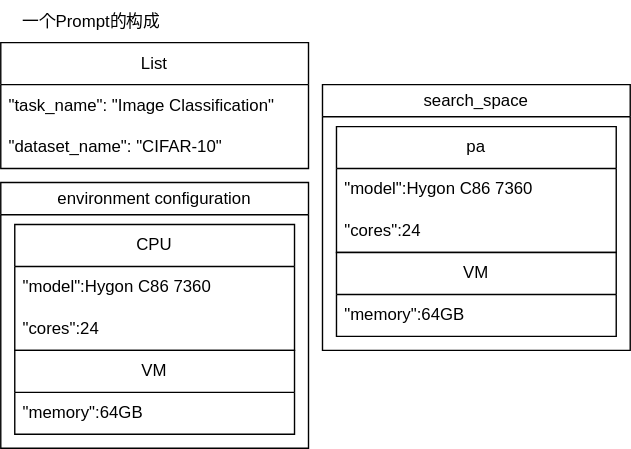
Dong-J93/_pictures keeps this draw.io diagram as Prompt.svg. Above is the earlier version. Source tidied: cells renumbered, new cells last; positions are measured from the earlier drawing's top-left corner, leaving out a move shared by most shapes.
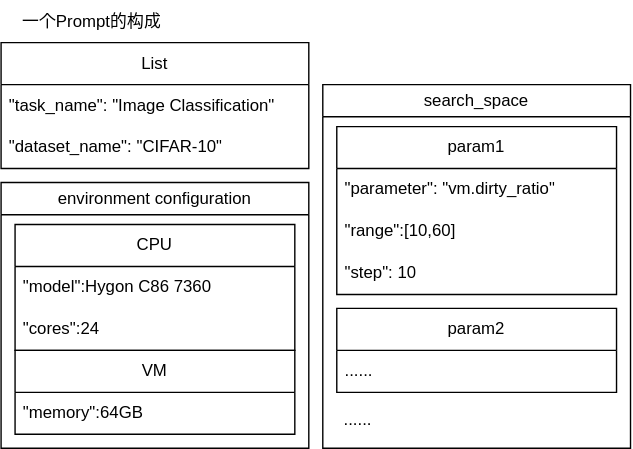
Above is the later version.

Change to the diagram source:
```diff
@@ -30,23 +30,29 @@
       <mxGeometry y="30" width="200" height="30" as="geometry" />
     </mxCell>
     <mxCell id="11" value="&lt;span style=&quot;font-weight: normal;&quot;&gt;search_space&lt;/span&gt;" style="swimlane;whiteSpace=wrap;html=1;startSize=23;" parent="1" vertex="1">
-      <mxGeometry x="230" y="60" width="220" height="190" as="geometry" />
+      <mxGeometry x="230" y="60" width="220" height="260" as="geometry" />
     </mxCell>
-    <mxCell id="12" value="pa" style="swimlane;fontStyle=0;horizontal=1;startSize=30;whiteSpace=wrap;html=1;" parent="11" vertex="1">
-      <mxGeometry x="10" y="30" width="200" height="90" as="geometry" />
+    <mxCell id="12" value="param1" style="swimlane;fontStyle=0;horizontal=1;startSize=30;whiteSpace=wrap;html=1;" parent="11" vertex="1">
+      <mxGeometry x="10" y="30" width="200" height="120" as="geometry" />
     </mxCell>
-    <mxCell id="13" value="&quot;model&quot;:Hygon C86 7360" style="text;strokeColor=none;fillColor=none;align=left;verticalAlign=middle;spacingLeft=4;spacingRight=4;overflow=hidden;whiteSpace=wrap;html=1;" parent="12" vertex="1">
+    <mxCell id="13" value="&quot;parameter&quot;: &quot;vm.dirty_ratio&quot;" style="text;strokeColor=none;fillColor=none;align=left;verticalAlign=middle;spacingLeft=4;spacingRight=4;overflow=hidden;whiteSpace=wrap;html=1;" parent="12" vertex="1">
       <mxGeometry y="30" width="200" height="30" as="geometry" />
     </mxCell>
+    <mxCell id="18" value="&quot;range&quot;:[10,60]" style="text;strokeColor=none;fillColor=none;align=left;verticalAlign=middle;spacingLeft=4;spacingRight=4;overflow=hidden;whiteSpace=wrap;html=1;" parent="12" vertex="1">
+      <mxGeometry y="60" width="200" height="30" as="geometry" />
+    </mxCell>
-    <mxCell id="14" value="&quot;cores&quot;:24" style="text;strokeColor=none;fillColor=none;align=left;verticalAlign=middle;spacingLeft=4;spacingRight=4;overflow=hidden;whiteSpace=wrap;html=1;" parent="12" vertex="1">
-      <mxGeometry y="60" width="200" height="30" as="geometry" />
+    <mxCell id="14" value="&quot;step&quot;: 10" style="text;strokeColor=none;fillColor=none;align=left;verticalAlign=middle;spacingLeft=4;spacingRight=4;overflow=hidden;whiteSpace=wrap;html=1;" parent="12" vertex="1">
+      <mxGeometry y="90" width="200" height="30" as="geometry" />
     </mxCell>
-    <mxCell id="15" value="VM" style="swimlane;fontStyle=0;horizontal=1;startSize=30;whiteSpace=wrap;html=1;" parent="11" vertex="1">
-      <mxGeometry x="10" y="120" width="200" height="60" as="geometry" />
+    <mxCell id="15" value="param2" style="swimlane;fontStyle=0;horizontal=1;startSize=30;whiteSpace=wrap;html=1;" parent="11" vertex="1">
+      <mxGeometry x="10" y="160" width="200" height="60" as="geometry" />
     </mxCell>
-    <mxCell id="16" value="&quot;memory&quot;:64GB&amp;nbsp;" style="text;strokeColor=none;fillColor=none;align=left;verticalAlign=middle;spacingLeft=4;spacingRight=4;overflow=hidden;whiteSpace=wrap;html=1;" parent="15" vertex="1">
+    <mxCell id="16" value="......" style="text;strokeColor=none;fillColor=none;align=left;verticalAlign=middle;spacingLeft=4;spacingRight=4;overflow=hidden;whiteSpace=wrap;html=1;" parent="15" vertex="1">
       <mxGeometry y="30" width="200" height="30" as="geometry" />
     </mxCell>
+    <mxCell id="19" value="&amp;nbsp;......" style="text;html=1;align=left;verticalAlign=middle;whiteSpace=wrap;rounded=0;" parent="11" vertex="1">
+      <mxGeometry x="10" y="230" width="130" height="20" as="geometry" />
+    </mxCell>
     <mxCell id="17" value="一个Prompt的构成" style="text;html=1;align=center;verticalAlign=middle;whiteSpace=wrap;rounded=0;" parent="1" vertex="1">
       <mxGeometry width="130" height="30" as="geometry" />
     </mxCell>
```
